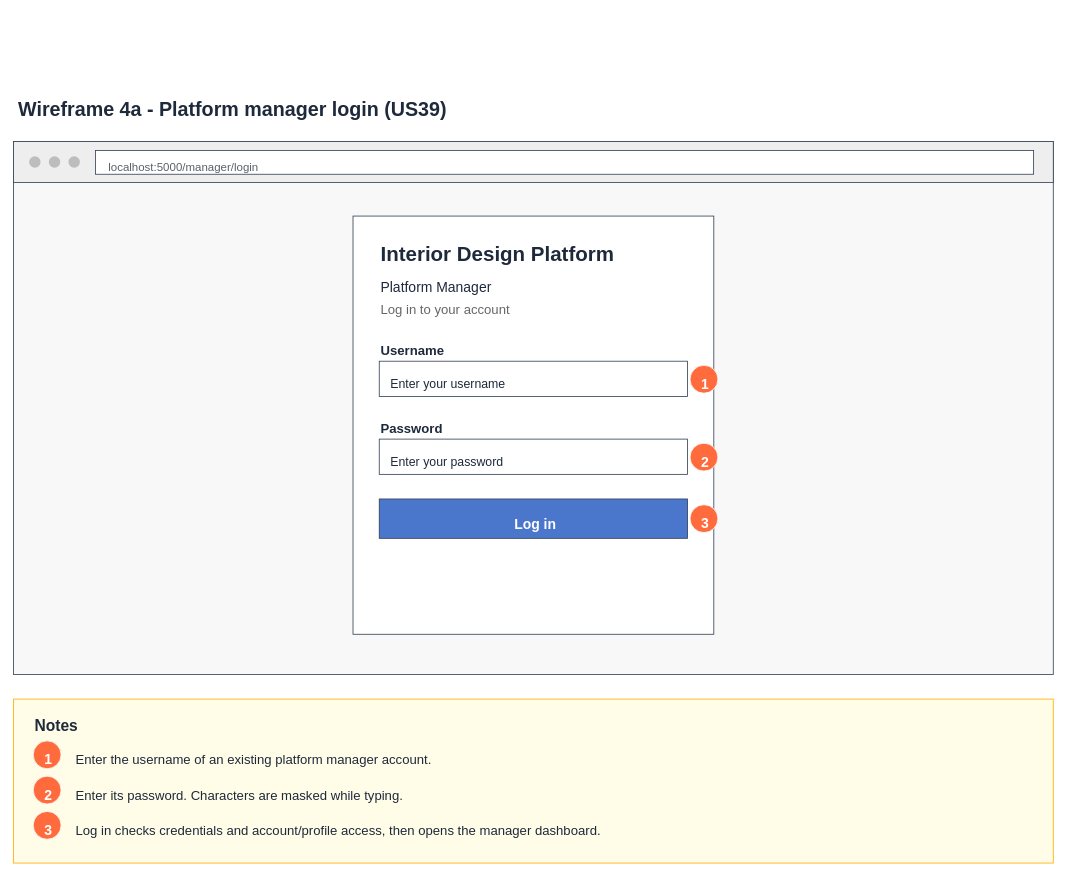
Above: page "4a Wireframe - Log in form" (2 of 7) of Sprint_2/US39 - Platform Manager Log in/US39 Platform manager log in.drawio in Hanzxc/CSIT314-ARCHSS (draw.io), before the change. Source tidied: cells renumbered, new cells numbered last; positions are measured from the earlier drawing's top-left corner, leaving out a move shared by most shapes. Both pictures are drawn from the tidied source at 82%, with x=0, y=0 at pixel (13, 91).
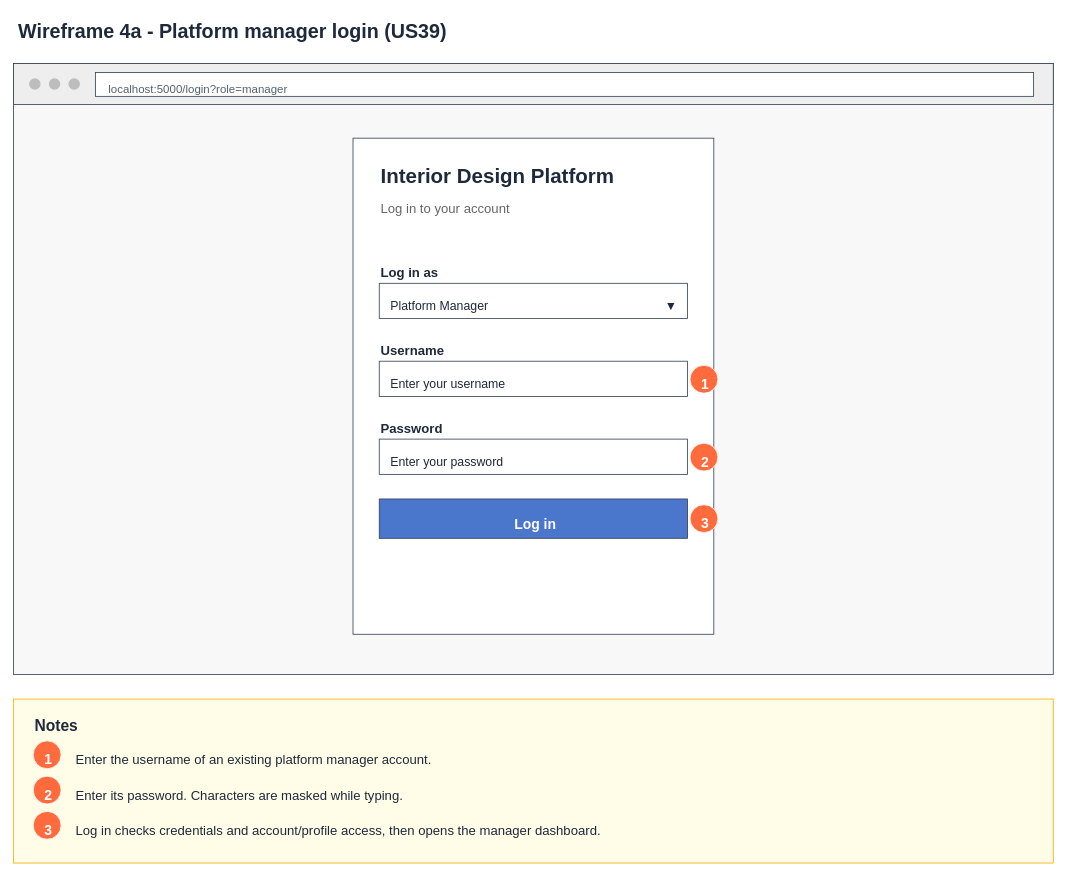
The same page after the edit.

Diff of the diagram source:
```diff
@@
     <mxCell id="2" value="Wireframe 4a - Platform manager login (US39)" style="text;html=0;align=left;verticalAlign=top;fontSize=24;fontStyle=1;fontColor=#1e293b;" parent="1" vertex="1">
-      <mxGeometry x="4" width="900" height="31" as="geometry" />
+      <mxGeometry x="4" y="-95" width="900" height="31" as="geometry" />
     </mxCell>
     <mxCell id="3" style="rounded=0;whiteSpace=wrap;fillColor=#f8f8f8;strokeColor=#334155;" parent="1" vertex="1">
-      <mxGeometry y="61" width="1268" height="650" as="geometry" />
+      <mxGeometry y="-34" width="1268" height="745" as="geometry" />
     </mxCell>
     <mxCell id="4" style="rounded=0;whiteSpace=wrap;fillColor=#eeeeee;strokeColor=#334155;" parent="1" vertex="1">
-      <mxGeometry y="61" width="1268" height="50" as="geometry" />
+      <mxGeometry y="-34" width="1268" height="50" as="geometry" />
     </mxCell>
     <mxCell id="5" style="ellipse;fillColor=#bdbdbd;strokeColor=none;" parent="1" vertex="1">
-      <mxGeometry x="19" y="79" width="14" height="14" as="geometry" />
+      <mxGeometry x="19" y="-16" width="14" height="14" as="geometry" />
     </mxCell>
     <mxCell id="6" style="ellipse;fillColor=#bdbdbd;strokeColor=none;" parent="1" vertex="1">
-      <mxGeometry x="43" y="79" width="14" height="14" as="geometry" />
+      <mxGeometry x="43" y="-16" width="14" height="14" as="geometry" />
     </mxCell>
     <mxCell id="7" style="ellipse;fillColor=#bdbdbd;strokeColor=none;" parent="1" vertex="1">
-      <mxGeometry x="67" y="79" width="14" height="14" as="geometry" />
+      <mxGeometry x="67" y="-16" width="14" height="14" as="geometry" />
     </mxCell>
     <mxCell id="8" style="rounded=0;whiteSpace=wrap;fillColor=#ffffff;strokeColor=#334155;" parent="1" vertex="1">
-      <mxGeometry x="100" y="72" width="1144" height="29" as="geometry" />
+      <mxGeometry x="100" y="-23" width="1144" height="29" as="geometry" />
     </mxCell>
-    <mxCell id="9" value="localhost:5000/manager/login" style="text;html=0;align=left;verticalAlign=top;fontSize=14;fontStyle=0;fontColor=#56616b;" parent="1" vertex="1">
-      <mxGeometry x="114" y="78" width="900" height="21" as="geometry" />
+    <mxCell id="9" value="localhost:5000/login?role=manager" style="text;html=0;align=left;verticalAlign=top;fontSize=14;fontStyle=0;fontColor=#56616b;" parent="1" vertex="1">
+      <mxGeometry x="114" y="-17" width="900" height="21" as="geometry" />
     </mxCell>
     <mxCell id="10" style="rounded=0;whiteSpace=wrap;fillColor=#ffffff;strokeColor=#334155;" parent="1" vertex="1">
-      <mxGeometry x="414" y="152" width="440" height="510" as="geometry" />
+      <mxGeometry x="414" y="57" width="440" height="605" as="geometry" />
     </mxCell>
     <mxCell id="11" value="Interior Design Platform" style="text;html=0;align=left;verticalAlign=top;fontSize=25;fontStyle=1;fontColor=#1e293b;" parent="1" vertex="1">
-      <mxGeometry x="446" y="176" width="390" height="32" as="geometry" />
+      <mxGeometry x="446" y="81" width="390" height="32" as="geometry" />
     </mxCell>
-    <mxCell id="12" value="Platform Manager" style="text;html=0;align=left;verticalAlign=top;fontSize=17;fontStyle=0;fontColor=#1e293b;" parent="1" vertex="1">
-      <mxGeometry x="446" y="222" width="390" height="24" as="geometry" />
-    </mxCell>
     <mxCell id="13" value="Log in to your account" style="text;html=0;align=left;verticalAlign=top;fontSize=16;fontStyle=0;fontColor=#666666;" parent="1" vertex="1">
-      <mxGeometry x="446" y="250" width="390" height="23" as="geometry" />
+      <mxGeometry x="446" y="127" width="390" height="23" as="geometry" />
     </mxCell>
@@
+    <mxCell id="39" value="Log in as" style="text;html=0;align=left;verticalAlign=top;fontSize=16;fontStyle=1;fontColor=#1e293b;" parent="1" vertex="1">
+      <mxGeometry x="446" y="205" width="330" height="23" as="geometry" />
+    </mxCell>
+    <mxCell id="40" style="rounded=0;whiteSpace=wrap;fillColor=#ffffff;strokeColor=#334155;" parent="1" vertex="1">
+      <mxGeometry x="446" y="234" width="376" height="43" as="geometry" />
+    </mxCell>
+    <mxCell id="12" value="Platform Manager" style="text;html=0;align=left;verticalAlign=top;fontSize=15;fontStyle=0;fontColor=#1e293b;" parent="1" vertex="1">
+      <mxGeometry x="458" y="246" width="352" height="22" as="geometry" />
+    </mxCell>
+    <mxCell id="41" value="▼" style="text;html=0;align=center;verticalAlign=top;fontSize=15;fontStyle=0;fontColor=#1e293b;" parent="1" vertex="1">
+      <mxGeometry x="792" y="246" width="20" height="22" as="geometry" />
+    </mxCell>
```
